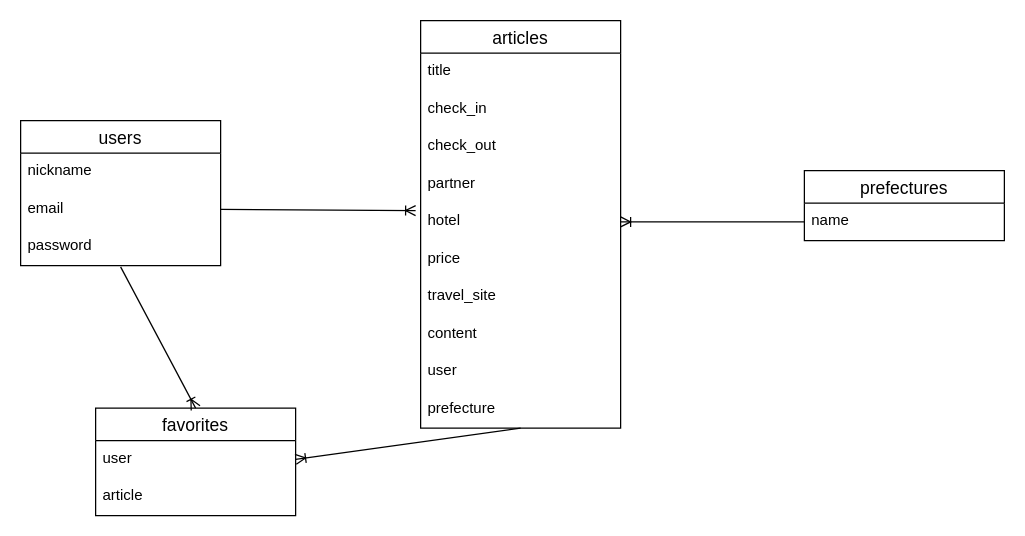
The draw.io diagram travel.dio in hahahahahahahahahahahahhaha1999/travel, before the edit. Source tidied: cells renumbered, new cells numbered last; positions are measured from the earlier drawing's top-left corner, leaving out a move shared by most shapes. Both pictures are drawn from the tidied source at 125%, with x=0, y=0 at pixel (20, 20).
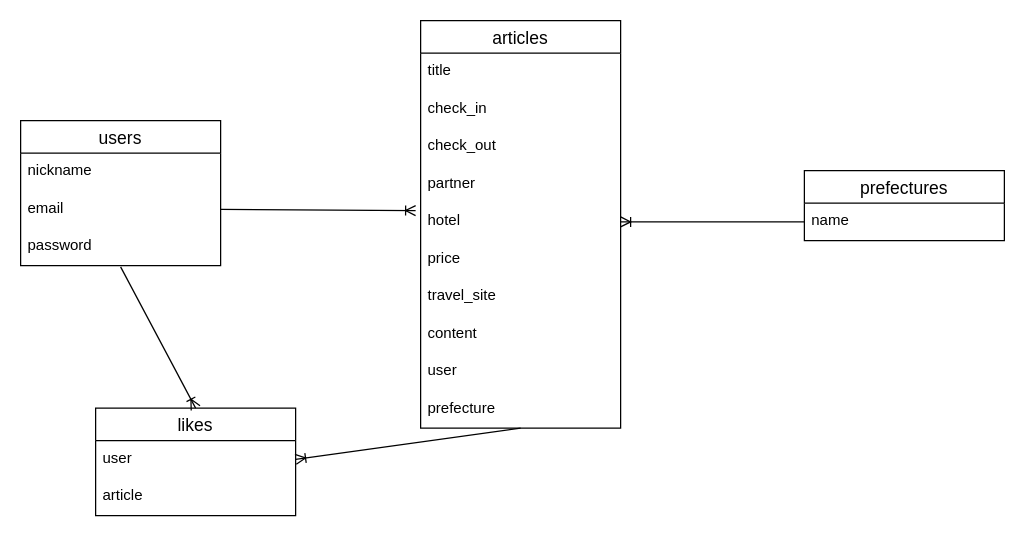
After the change.

Change to the diagram source:
```diff
@@
-    <mxCell id="20" value="favorites" style="swimlane;fontStyle=0;horizontal=1;startSize=26;align=center;fontSize=14;hachureGap=4;fontFamily=Helvetica;" parent="1" vertex="1">
+    <mxCell id="20" value="likes" style="swimlane;fontStyle=0;horizontal=1;startSize=26;align=center;fontSize=14;hachureGap=4;fontFamily=Helvetica;" parent="1" vertex="1">
       <mxGeometry x="60" y="310" width="160" height="86" as="geometry" />
     </mxCell>
```
